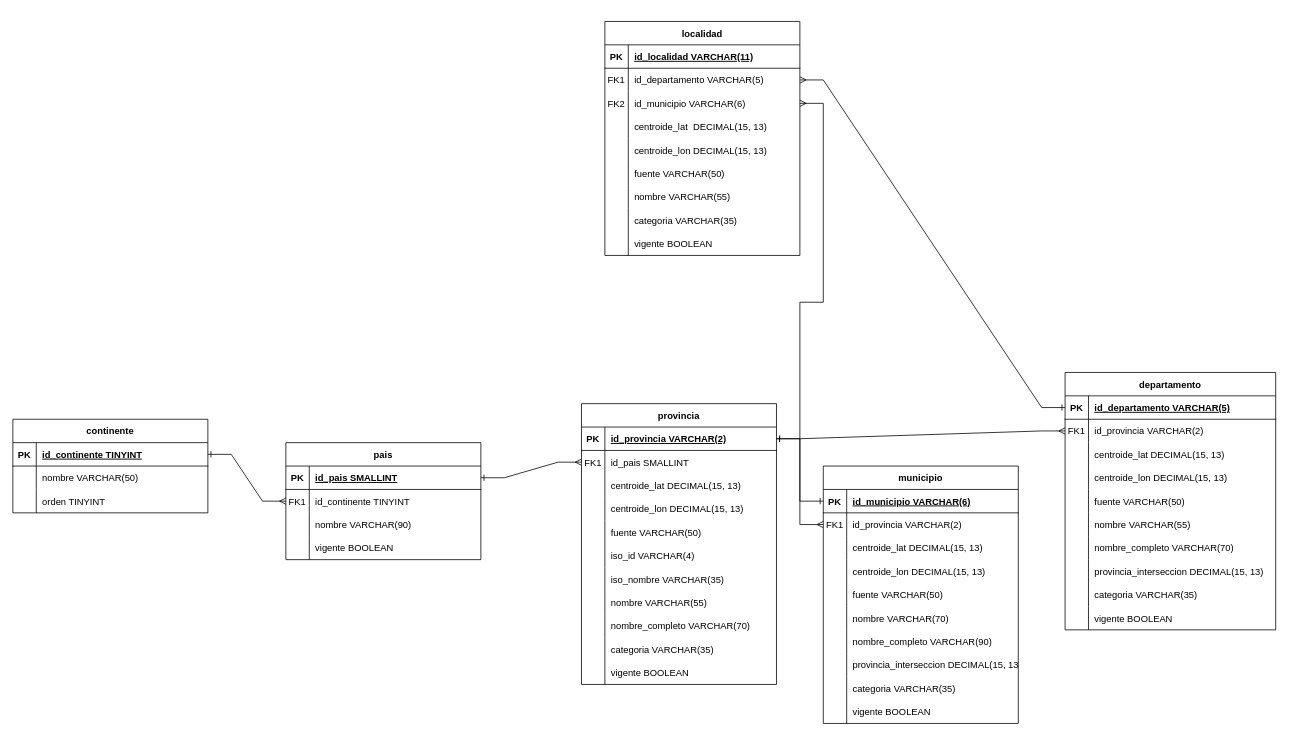
This is georef.drawio from Alexmdq80/SistemaGestionEscolar, a draw.io file, before an edit. Source tidied: cells renumbered, new cells numbered last; positions are measured from the earlier drawing's top-left corner, leaving out a move shared by most shapes. Both pictures are drawn from the tidied source at 78%, with x=0, y=0 at pixel (12, 21).
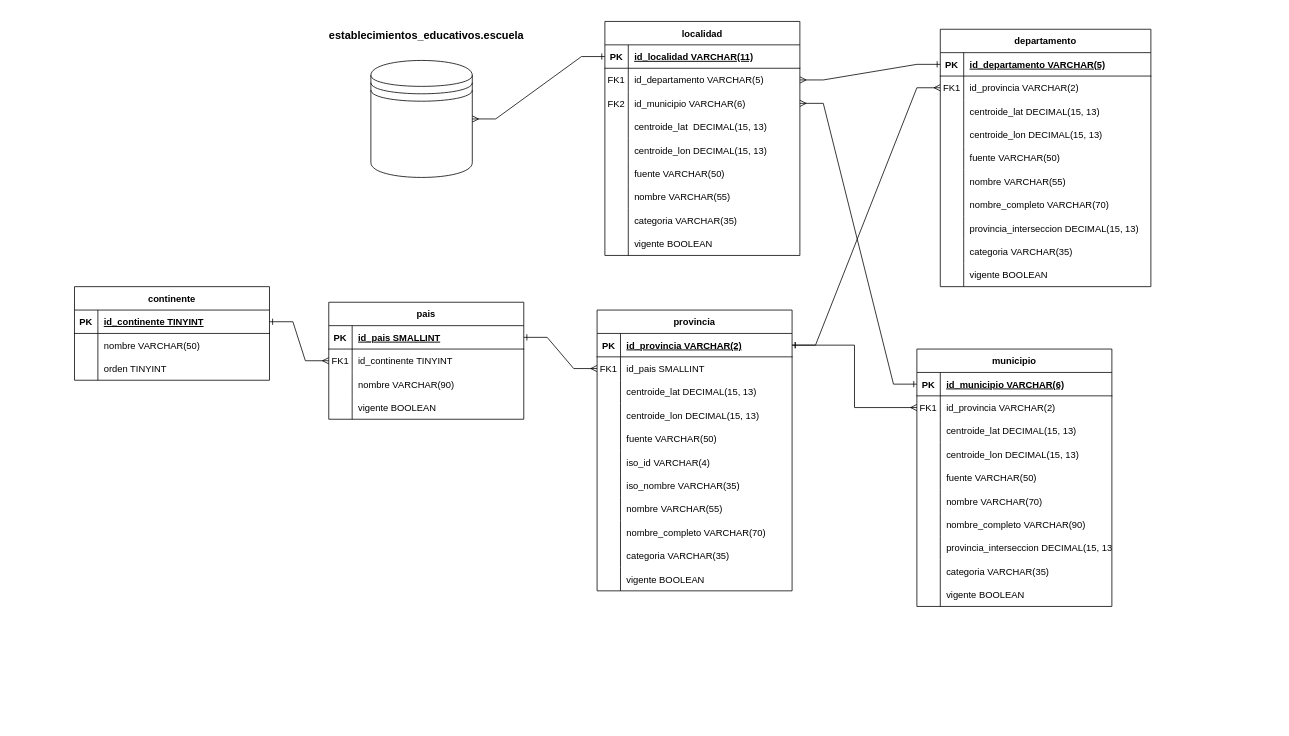
The same page after the edit.

Unchanged cells that the change refers to:
```xml
<mxCell id="69" style="shape=partialRectangle;fillColor=none;points=[[0,0.5],[1,0.5]];portConstraint=eastwest;top=0;left=0;right=0;bottom=1;" parent="68" vertex="1">
  <mxGeometry y="30" width="250" height="30" as="geometry" />
</mxCell>
```

The edit, as a diff of the source:
```diff
@@
     <mxCell id="2" value="provincia" style="shape=table;startSize=30;childLayout=tableLayout;rowLines=0;fontStyle=1;align=center;" parent="1" vertex="1">
-      <mxGeometry x="729" y="490" width="250" height="360" as="geometry" />
+      <mxGeometry x="749" y="370" width="250" height="360" as="geometry" />
     </mxCell>
@@
     <mxCell id="36" value="departamento" style="shape=table;startSize=30;childLayout=tableLayout;rowLines=0;fontStyle=1;align=center;" parent="1" vertex="1">
-      <mxGeometry x="1349" y="450" width="270" height="330" as="geometry" />
+      <mxGeometry x="1189" y="10" width="270" height="330" as="geometry" />
     </mxCell>
@@
     <mxCell id="97" value="pais" style="shape=table;startSize=30;childLayout=tableLayout;rowLines=0;fontStyle=1;align=center;" parent="1" vertex="1">
-      <mxGeometry x="350" y="540" width="250" height="150" as="geometry" />
+      <mxGeometry x="405" y="360" width="250" height="150" as="geometry" />
     </mxCell>
@@
     <mxCell id="111" value="municipio" style="shape=table;startSize=30;childLayout=tableLayout;rowLines=0;fontStyle=1;align=center;" parent="1" vertex="1">
-      <mxGeometry x="1039" y="570" width="250" height="330" as="geometry" />
+      <mxGeometry x="1159" y="420" width="250" height="330" as="geometry" />
     </mxCell>
@@
     <mxCell id="142" value="continente" style="shape=table;startSize=30;childLayout=tableLayout;rowLines=0;fontStyle=1;align=center;" parent="1" vertex="1">
-      <mxGeometry y="510" width="250" height="120" as="geometry" />
+      <mxGeometry x="79" y="340" width="250" height="120" as="geometry" />
     </mxCell>
@@
+    <mxCell id="155" style="shape=datastore;whiteSpace=wrap;html=1;" parent="1" vertex="1">
+      <mxGeometry x="459" y="50" width="130" height="150" as="geometry" />
+    </mxCell>
+    <mxCell id="156" value="&lt;font style=&quot;font-size: 14px;&quot;&gt;establecimientos_educativos.escuela&lt;/font&gt;" style="text;strokeColor=none;fillColor=none;html=1;fontSize=24;fontStyle=1;verticalAlign=middle;align=center;" parent="1" vertex="1">
+      <mxGeometry x="350" y="-10" width="360" height="50" as="geometry" />
+    </mxCell>
+    <mxCell id="157" style="edgeStyle=entityRelationEdgeStyle;rounded=0;jettySize=auto;html=1;exitX=0;exitY=0.5;exitDx=0;exitDy=0;startArrow=ERone;startFill=0;endArrow=ERmany;endFill=0;" parent="1" edge="1" source="69" target="155">
+      <mxGeometry relative="1" as="geometry" />
+    </mxCell>
```
